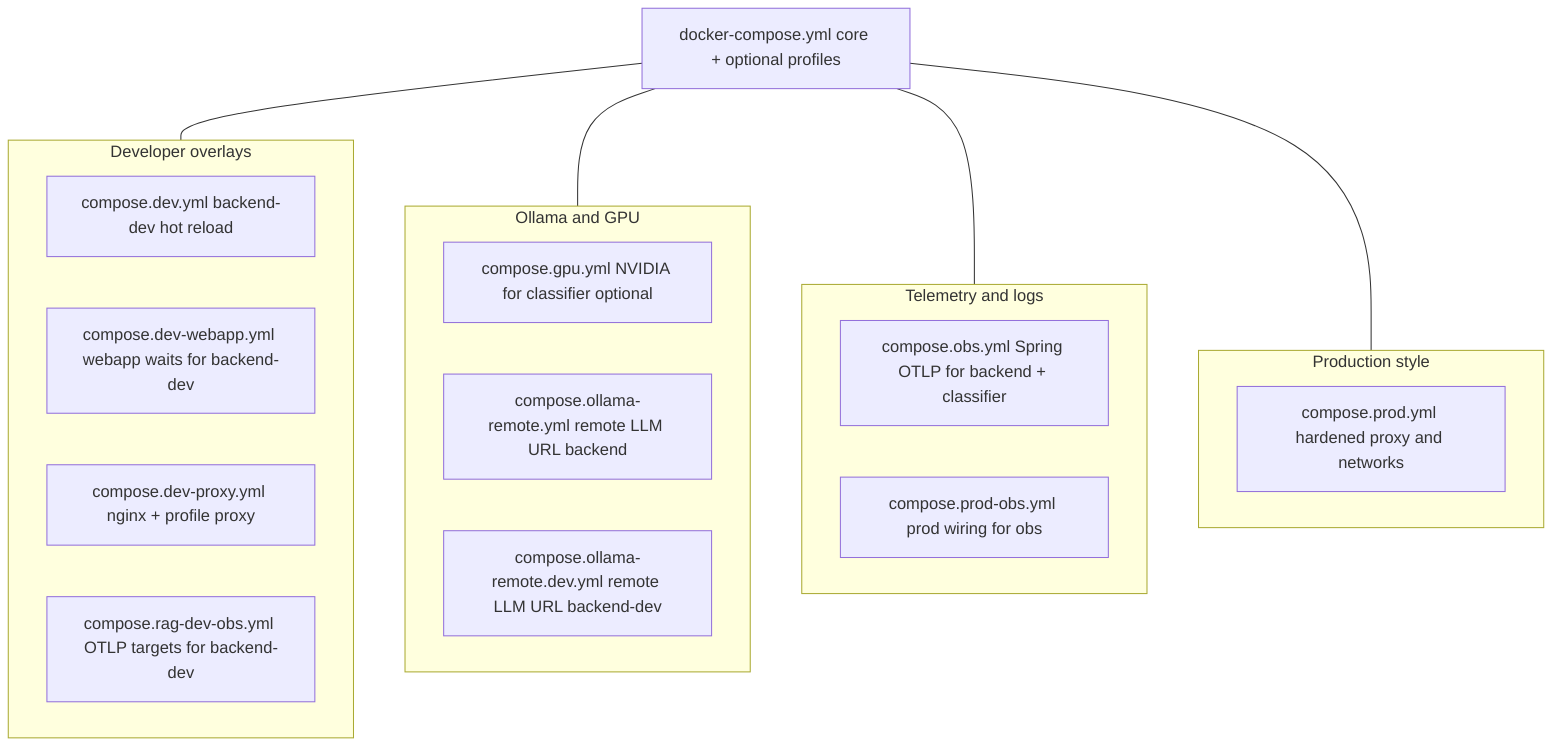
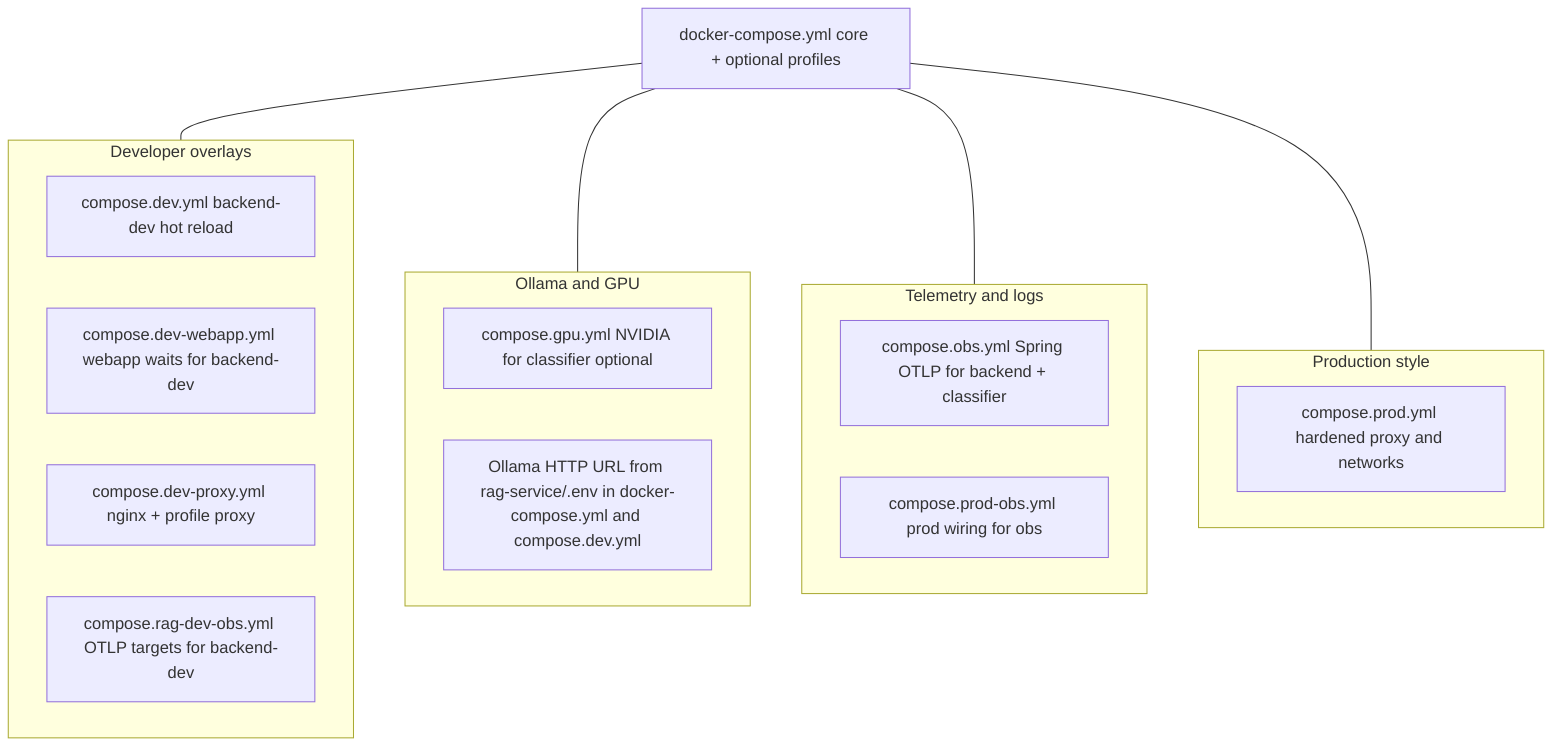
%% Grouping: merge order = docker/scripts/docker-compose.sh
flowchart TB
  BASE[docker-compose.yml core + optional profiles]

  subgraph devfam [Developer overlays]
    D1[compose.dev.yml backend-dev hot reload]
    D2[compose.dev-webapp.yml webapp waits for backend-dev]
    D4[compose.dev-proxy.yml nginx + profile proxy]
    D5[compose.rag-dev-obs.yml OTLP targets for backend-dev]
  end

  subgraph ollfam [Ollama and GPU]
    G0[compose.gpu.yml NVIDIA for classifier optional]
-     G3[compose.ollama-remote.yml remote LLM URL backend]
-     G4[compose.ollama-remote.dev.yml remote LLM URL backend-dev]
+     G3["Ollama HTTP URL from rag-service/.env in docker-compose.yml and compose.dev.yml"]
  end

  subgraph tel [Telemetry and logs]
    T1[compose.obs.yml Spring OTLP for backend + classifier]
    T4[compose.prod-obs.yml prod wiring for obs]
  end

  subgraph prodfam [Production style]
    P1[compose.prod.yml hardened proxy and networks]
  end

  BASE --- devfam
  BASE --- ollfam
  BASE --- tel
  BASE --- prodfam
